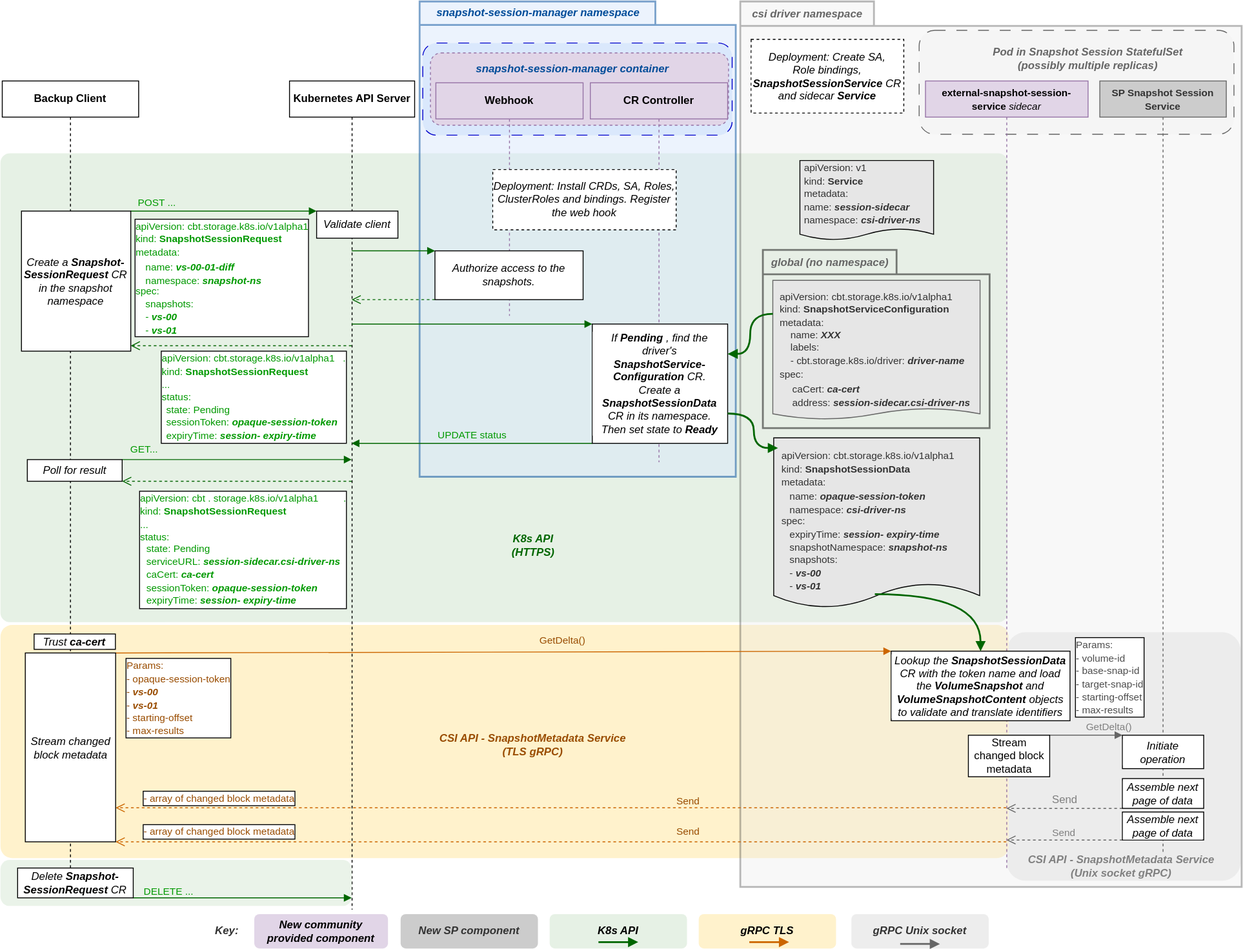
Above: keps/sig-storage/3314-csi-changed-block-tracking/session.drawio.svg in kubernetes/enhancements (draw.io), before the change. Source tidied: cells renumbered, new cells last; positions are measured from the earlier drawing's top-left corner, leaving out a move shared by most shapes.
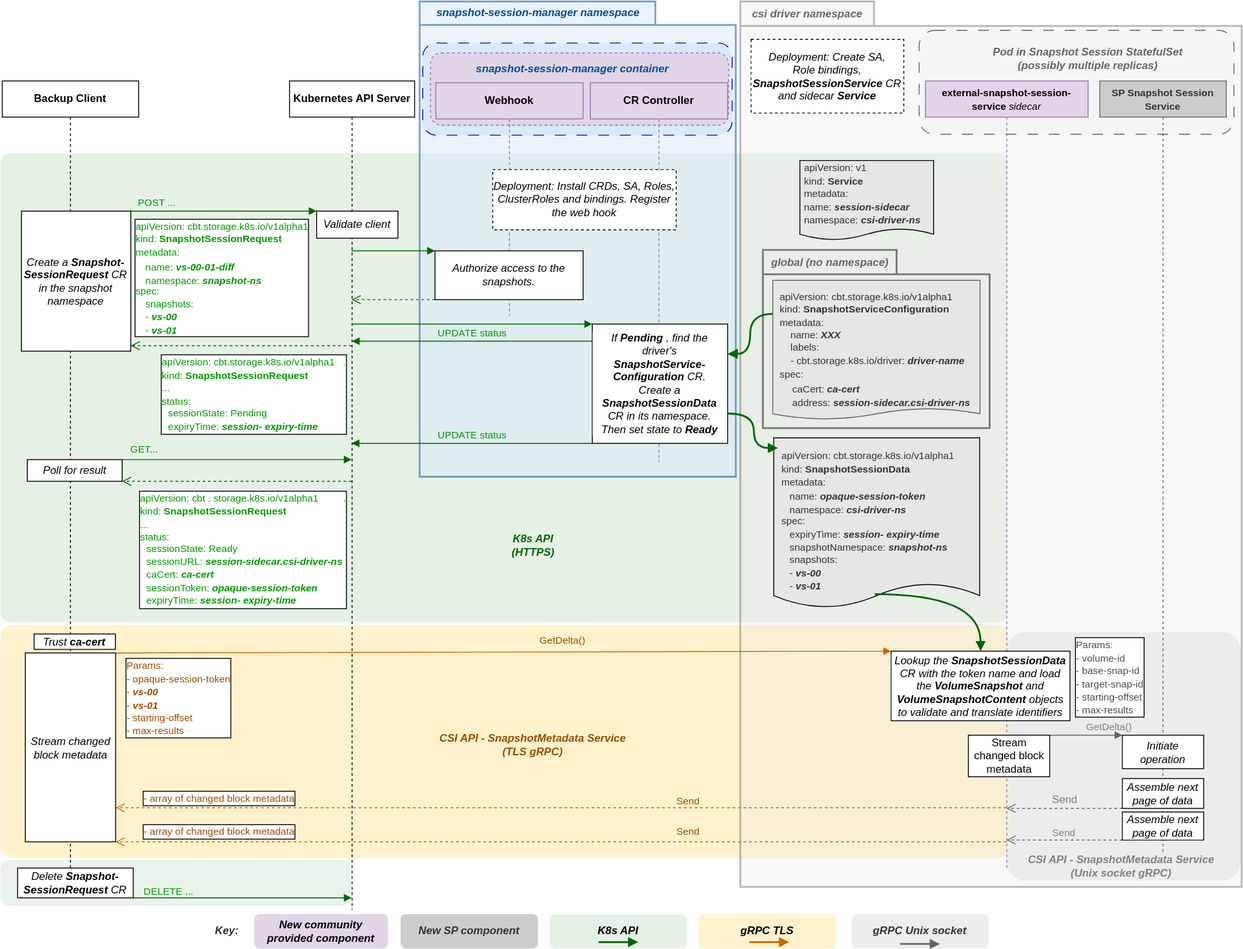
Above is the later version.

Commit message:
Typo in session figure. More detail in user stories.

What changed in the source:
```diff
@@ -83,6 +83,12 @@
         <mxPoint y="30" as="offset" />
       </mxGeometry>
     </mxCell>
+    <mxCell id="101" value="&lt;font style=&quot;font-size: 11px;&quot; color=&quot;#009900&quot;&gt;UPDATE status&lt;/font&gt;" style="html=1;verticalAlign=bottom;endArrow=block;labelBackgroundColor=none;strokeColor=#006600;fontSize=12;fontColor=#000000;exitX=0;exitY=1;exitDx=0;exitDy=0;" parent="25" edge="1">
+      <mxGeometry relative="1" as="geometry">
+        <mxPoint x="191.4" y="376" as="sourcePoint" />
+        <mxPoint x="-75" y="376" as="targetPoint" />
+      </mxGeometry>
+    </mxCell>
     <mxCell id="27" style="rounded=1;whiteSpace=wrap;html=1;labelBackgroundColor=none;labelBorderColor=none;fillStyle=solid;fontSize=12;fillColor=#f5f5f5;strokeColor=#666666;dashed=1;dashPattern=12 12;fontColor=#333333;shadow=0;" parent="1" vertex="1">
       <mxGeometry x="1017" y="32" width="348.5" height="115" as="geometry" />
     </mxCell>
@@ -320,13 +326,13 @@
       <mxGeometry x="12" y="92" width="114" height="42" as="geometry" />
     </mxCell>
     <mxCell id="95" style="group;" parent="1" vertex="1">
-      <mxGeometry x="176" y="376" width="210" height="123" as="geometry" />
+      <mxGeometry x="176" y="384" width="212" height="101" as="geometry" />
     </mxCell>
-    <mxCell id="96" value="&lt;font style=&quot;font-size: 11px;&quot;&gt;apiVersion: cbt.storage.k8s.io/v1alpha1&amp;nbsp; &amp;nbsp;.&lt;br&gt;kind: &lt;b&gt;SnapshotSessionRequest&lt;/b&gt;&lt;br&gt;...&lt;br&gt;status:&lt;br&gt;&lt;br&gt;&lt;br&gt;&lt;br&gt;&lt;/font&gt;" style="text;html=1;strokeColor=none;fillColor=none;align=left;verticalAlign=middle;whiteSpace=wrap;rounded=0;fontColor=#009900;labelBorderColor=default;labelBackgroundColor=default;" parent="95" vertex="1">
-      <mxGeometry width="210" height="123" as="geometry" />
+    <mxCell id="96" value="&lt;font style=&quot;font-size: 11px;&quot;&gt;apiVersion: cbt.storage.k8s.io/v1alpha1&amp;nbsp; &amp;nbsp;.&lt;br&gt;kind: &lt;b&gt;SnapshotSessionRequest&lt;/b&gt;&lt;br&gt;...&lt;br&gt;status:&lt;br&gt;&lt;br&gt;&lt;br&gt;&lt;/font&gt;" style="text;html=1;strokeColor=none;fillColor=none;align=left;verticalAlign=middle;whiteSpace=wrap;rounded=0;fontColor=#009900;labelBorderColor=default;labelBackgroundColor=default;" parent="95" vertex="1">
+      <mxGeometry width="210" height="101" as="geometry" />
     </mxCell>
-    <mxCell id="97" value="&lt;span style=&quot;color: rgb(0, 153, 0); font-size: 11px;&quot;&gt;state: Pending&lt;/span&gt;&lt;br style=&quot;border-color: var(--border-color); color: rgb(0, 153, 0); font-size: 11px;&quot;&gt;&lt;span style=&quot;color: rgb(0, 153, 0); font-size: 11px;&quot;&gt;sessionToken:&amp;nbsp;&lt;/span&gt;&lt;b style=&quot;border-color: var(--border-color); color: rgb(0, 153, 0); font-size: 11px;&quot;&gt;&lt;i style=&quot;border-color: var(--border-color);&quot;&gt;opaque-session-token&lt;/i&gt;&lt;/b&gt;&lt;br style=&quot;border-color: var(--border-color); color: rgb(0, 153, 0); font-size: 11px;&quot;&gt;&lt;span style=&quot;color: rgb(0, 153, 0); font-size: 11px;&quot;&gt;expiryTime:&amp;nbsp;&lt;/span&gt;&lt;b style=&quot;border-color: var(--border-color); color: rgb(0, 153, 0); font-size: 11px;&quot;&gt;&lt;i style=&quot;border-color: var(--border-color);&quot;&gt;session-&lt;/i&gt;&lt;/b&gt;&lt;b style=&quot;border-color: var(--border-color); color: rgb(0, 153, 0); font-size: 11px;&quot;&gt;&lt;i style=&quot;border-color: var(--border-color);&quot;&gt;expiry-time&lt;/i&gt;&lt;/b&gt;" style="text;html=1;strokeColor=none;fillColor=none;align=left;verticalAlign=middle;whiteSpace=wrap;rounded=0;dashed=1;fontColor=#666666;" parent="95" vertex="1">
-      <mxGeometry x="6.4" y="69" width="203.6" height="42" as="geometry" />
+    <mxCell id="97" value="&lt;span style=&quot;color: rgb(0, 153, 0); font-size: 11px;&quot;&gt;sessionState: Pending&lt;/span&gt;&lt;br style=&quot;border-color: var(--border-color); color: rgb(0, 153, 0); font-size: 11px;&quot;&gt;&lt;span style=&quot;color: rgb(0, 153, 0); font-size: 11px;&quot;&gt;expiryTime:&amp;nbsp;&lt;/span&gt;&lt;b style=&quot;border-color: var(--border-color); color: rgb(0, 153, 0); font-size: 11px;&quot;&gt;&lt;i style=&quot;border-color: var(--border-color);&quot;&gt;session-&lt;/i&gt;&lt;/b&gt;&lt;b style=&quot;border-color: var(--border-color); color: rgb(0, 153, 0); font-size: 11px;&quot;&gt;&lt;i style=&quot;border-color: var(--border-color);&quot;&gt;expiry-time&lt;/i&gt;&lt;/b&gt;" style="text;html=1;strokeColor=none;fillColor=none;align=left;verticalAlign=middle;whiteSpace=wrap;rounded=0;dashed=1;fontColor=#666666;" parent="95" vertex="1">
+      <mxGeometry x="8.4" y="58.8" width="203.6" height="41.2" as="geometry" />
     </mxCell>
     <mxCell id="98" style="group;" parent="1" vertex="1">
       <mxGeometry x="152" y="534" width="249" height="146" as="geometry" />
@@ -334,7 +340,7 @@
     <mxCell id="99" value="&lt;font style=&quot;font-size: 11px;&quot;&gt;apiVersion: cbt . storage.k8s.io/v1alpha1&amp;nbsp; &amp;nbsp; &amp;nbsp; &amp;nbsp; &amp;nbsp;.&lt;br&gt;kind: &lt;b&gt;SnapshotSessionRequest&lt;/b&gt;&lt;br&gt;...&lt;br&gt;status:&lt;br&gt;&lt;br&gt;&lt;br&gt;&lt;br&gt;&lt;br&gt;&lt;br&gt;&lt;/font&gt;" style="text;html=1;strokeColor=none;fillColor=none;align=left;verticalAlign=middle;whiteSpace=wrap;rounded=0;fontColor=#009900;labelBorderColor=default;labelBackgroundColor=default;" parent="98" vertex="1">
       <mxGeometry width="249" height="146" as="geometry" />
     </mxCell>
-    <mxCell id="100" value="&lt;span style=&quot;color: rgb(0, 153, 0); font-size: 11px;&quot;&gt;state: Pending&lt;br&gt;serviceURL: &lt;i&gt;&lt;b&gt;session-sidecar.csi-driver-ns&lt;/b&gt;&lt;/i&gt;&lt;/span&gt;&lt;br style=&quot;border-color: var(--border-color); color: rgb(0, 153, 0); font-size: 11px;&quot;&gt;&lt;span style=&quot;color: rgb(0, 153, 0); font-size: 11px;&quot;&gt;caCert: &lt;i&gt;&lt;b&gt;ca-cert&lt;/b&gt;&lt;/i&gt;&lt;br&gt;sessionToken:&amp;nbsp;&lt;/span&gt;&lt;b style=&quot;border-color: var(--border-color); color: rgb(0, 153, 0); font-size: 11px;&quot;&gt;&lt;i style=&quot;border-color: var(--border-color);&quot;&gt;opaque-session-token&lt;/i&gt;&lt;/b&gt;&lt;br style=&quot;border-color: var(--border-color); color: rgb(0, 153, 0); font-size: 11px;&quot;&gt;&lt;span style=&quot;color: rgb(0, 153, 0); font-size: 11px;&quot;&gt;expiryTime:&amp;nbsp;&lt;/span&gt;&lt;b style=&quot;border-color: var(--border-color); color: rgb(0, 153, 0); font-size: 11px;&quot;&gt;&lt;i style=&quot;border-color: var(--border-color);&quot;&gt;session-&lt;/i&gt;&lt;/b&gt;&lt;b style=&quot;border-color: var(--border-color); color: rgb(0, 153, 0); font-size: 11px;&quot;&gt;&lt;i style=&quot;border-color: var(--border-color);&quot;&gt;expiry-time&lt;/i&gt;&lt;/b&gt;" style="text;html=1;strokeColor=none;fillColor=none;align=left;verticalAlign=middle;whiteSpace=wrap;rounded=0;dashed=1;fontColor=#666666;" parent="98" vertex="1">
+    <mxCell id="100" value="&lt;span style=&quot;color: rgb(0, 153, 0); font-size: 11px;&quot;&gt;sessionState: Ready&lt;br&gt;sessionURL: &lt;i&gt;&lt;b&gt;session-sidecar.csi-driver-ns&lt;/b&gt;&lt;/i&gt;&lt;/span&gt;&lt;br style=&quot;border-color: var(--border-color); color: rgb(0, 153, 0); font-size: 11px;&quot;&gt;&lt;span style=&quot;color: rgb(0, 153, 0); font-size: 11px;&quot;&gt;caCert: &lt;i&gt;&lt;b&gt;ca-cert&lt;/b&gt;&lt;/i&gt;&lt;br&gt;sessionToken:&amp;nbsp;&lt;/span&gt;&lt;b style=&quot;border-color: var(--border-color); color: rgb(0, 153, 0); font-size: 11px;&quot;&gt;&lt;i style=&quot;border-color: var(--border-color);&quot;&gt;opaque-session-token&lt;/i&gt;&lt;/b&gt;&lt;br style=&quot;border-color: var(--border-color); color: rgb(0, 153, 0); font-size: 11px;&quot;&gt;&lt;span style=&quot;color: rgb(0, 153, 0); font-size: 11px;&quot;&gt;expiryTime:&amp;nbsp;&lt;/span&gt;&lt;b style=&quot;border-color: var(--border-color); color: rgb(0, 153, 0); font-size: 11px;&quot;&gt;&lt;i style=&quot;border-color: var(--border-color);&quot;&gt;session-&lt;/i&gt;&lt;/b&gt;&lt;b style=&quot;border-color: var(--border-color); color: rgb(0, 153, 0); font-size: 11px;&quot;&gt;&lt;i style=&quot;border-color: var(--border-color);&quot;&gt;expiry-time&lt;/i&gt;&lt;/b&gt;" style="text;html=1;strokeColor=none;fillColor=none;align=left;verticalAlign=middle;whiteSpace=wrap;rounded=0;dashed=1;fontColor=#666666;" parent="98" vertex="1">
       <mxGeometry x="8" y="60" width="220.8" height="79" as="geometry" />
     </mxCell>
   </root>
```
